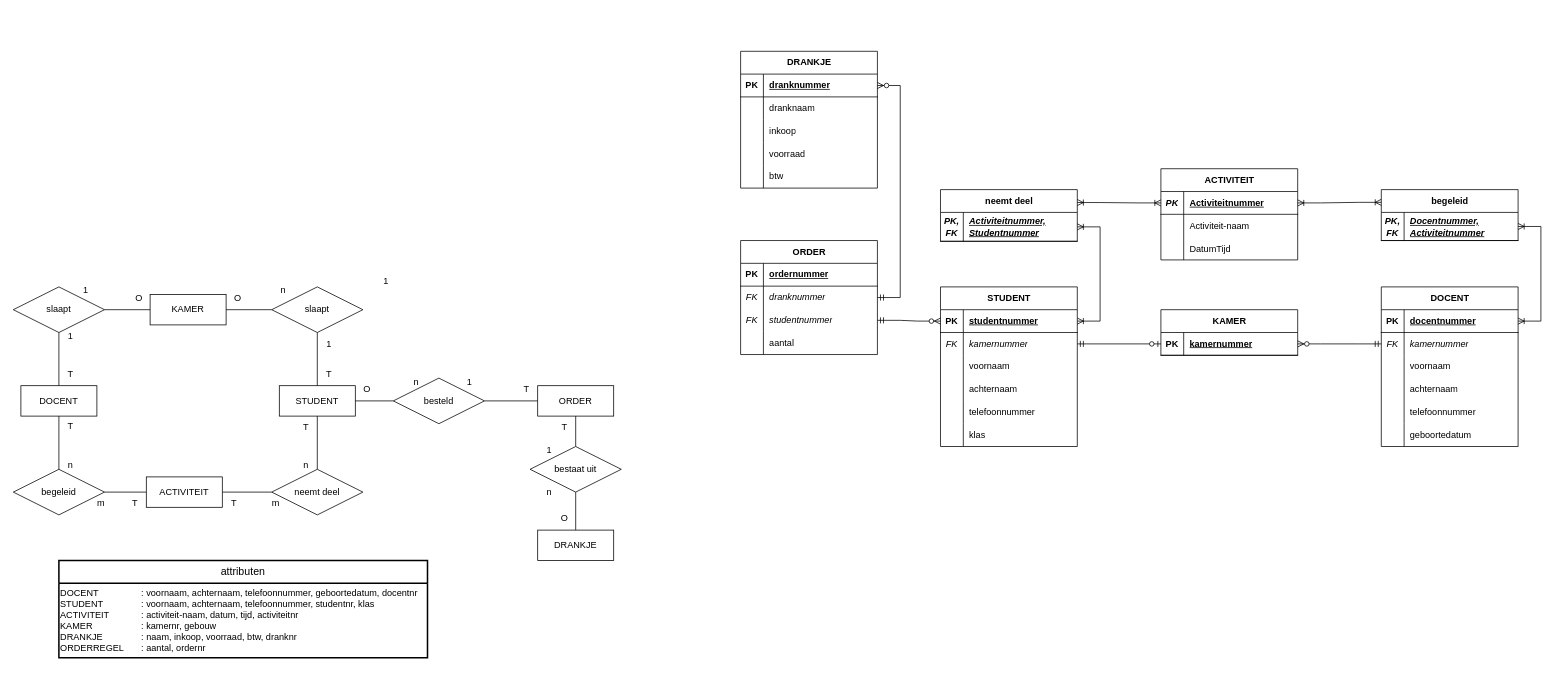
Before: ERD project.drawio in Thomas01v/ProjectDatabases, a draw.io diagram. Source tidied: cells renumbered, new cells numbered last; positions are measured from the earlier drawing's top-left corner, leaving out a move shared by most shapes. Both pictures are drawn from the tidied source at 76%, with x=0, y=0 at pixel (13, 51).
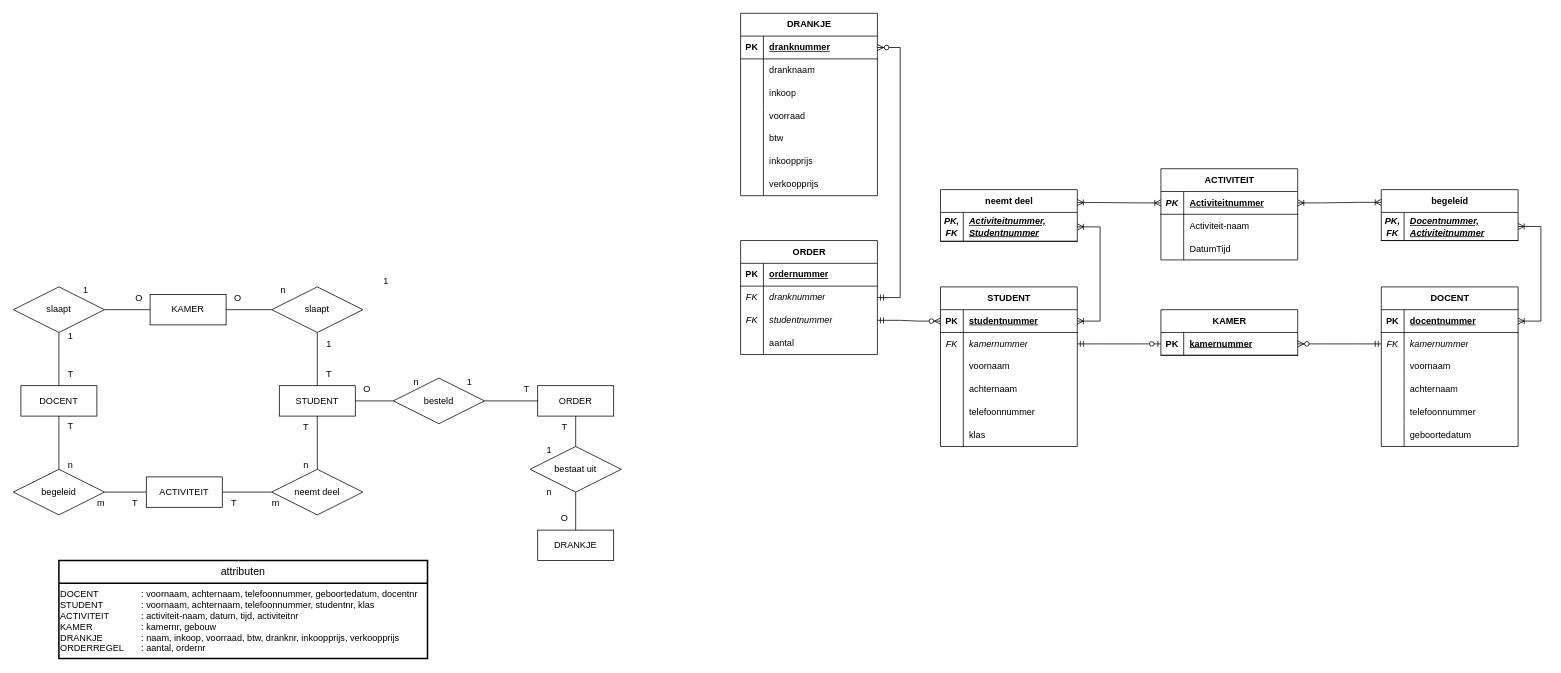
After the change.

Commit message (it also covers changes not shown here):
inkoop en verkoop aan ERD toegevoegd

What changed in the source:
```diff
@@
     <mxCell id="40" value="attributen" style="swimlane;horizontal=1;startSize=30;rounded=1;fontSize=14;fontStyle=0;strokeWidth=2;shadow=0;dashed=0;align=center;arcSize=0;whiteSpace=wrap;html=1;" parent="1" vertex="1">
-      <mxGeometry x="60" y="670" width="485" height="128" as="geometry" />
+      <mxGeometry x="60" y="670" width="485" height="129" as="geometry" />
     </mxCell>
-    <mxCell id="41" value="DOCENT&amp;nbsp;&lt;span style=&quot;white-space: pre;&quot;&gt;&#9;&lt;/span&gt;&lt;span style=&quot;white-space: pre;&quot;&gt;&#9;&lt;/span&gt;: voornaam, achternaam, telefoonnummer, geboortedatum, docentnr&lt;br&gt;STUDENT&lt;span style=&quot;white-space: pre;&quot;&gt;&#9;&lt;/span&gt;&lt;span style=&quot;white-space: pre;&quot;&gt;&#9;&lt;/span&gt;: voornaam, achternaam, telefoonnummer, studentnr, klas&lt;br&gt;ACTIVITEIT&lt;span style=&quot;white-space: pre;&quot;&gt;&#9;&lt;/span&gt;&lt;span style=&quot;white-space: pre;&quot;&gt;&#9;&lt;/span&gt;: activiteit-naam, datum, tijd, activiteitnr&lt;br&gt;KAMER&lt;span style=&quot;white-space: pre;&quot;&gt;&#9;&lt;/span&gt;&lt;span style=&quot;white-space: pre;&quot;&gt;&#9;&lt;/span&gt;&lt;span style=&quot;white-space: pre;&quot;&gt;&#9;&lt;/span&gt;: kamernr, gebouw&lt;br&gt;&lt;div&gt;DRANKJE&lt;span style=&quot;white-space: pre;&quot;&gt;&#9;&lt;/span&gt;&lt;span style=&quot;white-space: pre;&quot;&gt;&#9;&lt;/span&gt;: naam, inkoop, voorraad, btw, dranknr&lt;br&gt;&lt;/div&gt;&lt;div&gt;ORDERREGEL&lt;span style=&quot;white-space: pre;&quot;&gt;&#9;&lt;/span&gt;: aantal, ordernr&lt;br&gt;&lt;/div&gt;" style="text;html=1;align=left;verticalAlign=middle;strokeColor=none;fillColor=none;" parent="40" vertex="1">
-      <mxGeometry y="30" width="485" height="98" as="geometry" />
+    <mxCell id="41" value="DOCENT&amp;nbsp;&lt;span style=&quot;white-space: pre;&quot;&gt;&#9;&lt;/span&gt;&lt;span style=&quot;white-space: pre;&quot;&gt;&#9;&lt;/span&gt;: voornaam, achternaam, telefoonnummer, geboortedatum, docentnr&lt;br&gt;STUDENT&lt;span style=&quot;white-space: pre;&quot;&gt;&#9;&lt;/span&gt;&lt;span style=&quot;white-space: pre;&quot;&gt;&#9;&lt;/span&gt;: voornaam, achternaam, telefoonnummer, studentnr, klas&lt;br&gt;ACTIVITEIT&lt;span style=&quot;white-space: pre;&quot;&gt;&#9;&lt;/span&gt;&lt;span style=&quot;white-space: pre;&quot;&gt;&#9;&lt;/span&gt;: activiteit-naam, datum, tijd, activiteitnr&lt;br&gt;KAMER&lt;span style=&quot;white-space: pre;&quot;&gt;&#9;&lt;/span&gt;&lt;span style=&quot;white-space: pre;&quot;&gt;&#9;&lt;/span&gt;&lt;span style=&quot;white-space: pre;&quot;&gt;&#9;&lt;/span&gt;: kamernr, gebouw&lt;br&gt;&lt;div&gt;DRANKJE&lt;span style=&quot;white-space: pre;&quot;&gt;&#9;&lt;/span&gt;&lt;span style=&quot;white-space: pre;&quot;&gt;&#9;&lt;/span&gt;: naam, inkoop, voorraad, btw, dranknr, inkoopprijs, verkoopprijs&lt;br&gt;&lt;/div&gt;&lt;div&gt;ORDERREGEL&lt;span style=&quot;white-space: pre;&quot;&gt;&#9;&lt;/span&gt;: aantal, ordernr&lt;br&gt;&lt;/div&gt;" style="text;html=1;align=left;verticalAlign=middle;strokeColor=none;fillColor=none;" parent="40" vertex="1">
+      <mxGeometry y="30" width="485" height="99" as="geometry" />
     </mxCell>
     <mxCell id="42" value="DRANKJE" style="shape=table;startSize=30;childLayout=tableLayout;rowLines=0;fontStyle=1;align=center;html=1;" parent="1" vertex="1">
-      <mxGeometry x="957" width="180" height="180" as="geometry" />
+      <mxGeometry x="957" y="-50" width="180" height="240" as="geometry" />
     </mxCell>
@@
+    <mxCell id="150" style="shape=tableRow;horizontal=0;startSize=0;swimlaneHead=0;swimlaneBody=0;fillColor=none;top=0;left=0;right=0;bottom=0;" parent="42" vertex="1">
+      <mxGeometry y="180" width="180" height="30" as="geometry" />
+    </mxCell>
+    <mxCell id="151" style="shape=partialRectangle;fillColor=none;top=0;left=0;bottom=0;right=0;overflow=hidden;whiteSpace=wrap;html=1;" parent="150" vertex="1">
+      <mxGeometry width="30" height="30" as="geometry" />
+    </mxCell>
+    <mxCell id="152" value="inkoopprijs" style="shape=partialRectangle;fillColor=none;top=0;left=0;bottom=0;right=0;align=left;spacingLeft=6;overflow=hidden;whiteSpace=wrap;html=1;" parent="150" vertex="1">
+      <mxGeometry x="30" width="150" height="30" as="geometry" />
+    </mxCell>
+    <mxCell id="153" style="shape=tableRow;horizontal=0;startSize=0;swimlaneHead=0;swimlaneBody=0;fillColor=none;top=0;left=0;right=0;bottom=0;" parent="42" vertex="1">
+      <mxGeometry y="210" width="180" height="30" as="geometry" />
+    </mxCell>
+    <mxCell id="154" style="shape=partialRectangle;fillColor=none;top=0;left=0;bottom=0;right=0;overflow=hidden;whiteSpace=wrap;html=1;" parent="153" vertex="1">
+      <mxGeometry width="30" height="30" as="geometry" />
+    </mxCell>
+    <mxCell id="155" value="verkoopprijs" style="shape=partialRectangle;fillColor=none;top=0;left=0;bottom=0;right=0;align=left;spacingLeft=6;overflow=hidden;whiteSpace=wrap;html=1;" parent="153" vertex="1">
+      <mxGeometry x="30" width="150" height="30" as="geometry" />
+    </mxCell>
```
